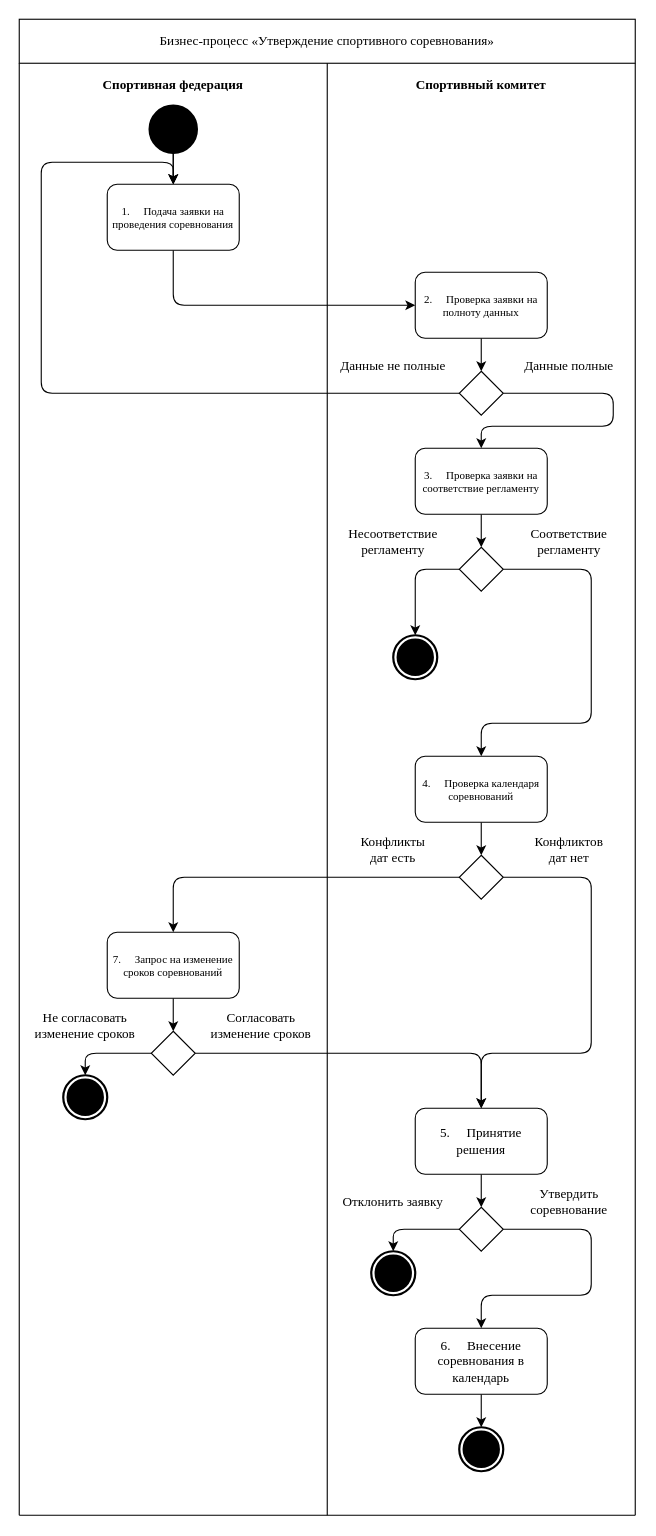
The draw.io diagram page "Деятельности" (3 of 11) of Диаграммы ИС «Спортивный комитет».drawio in antonch985/Education, before the edit. Source tidied: cells renumbered, new cells numbered last; positions are measured from the earlier drawing's top-left corner, leaving out a move shared by most shapes. Both pictures are drawn from the tidied source at 110%, with x=0, y=0 at pixel (19, 19).
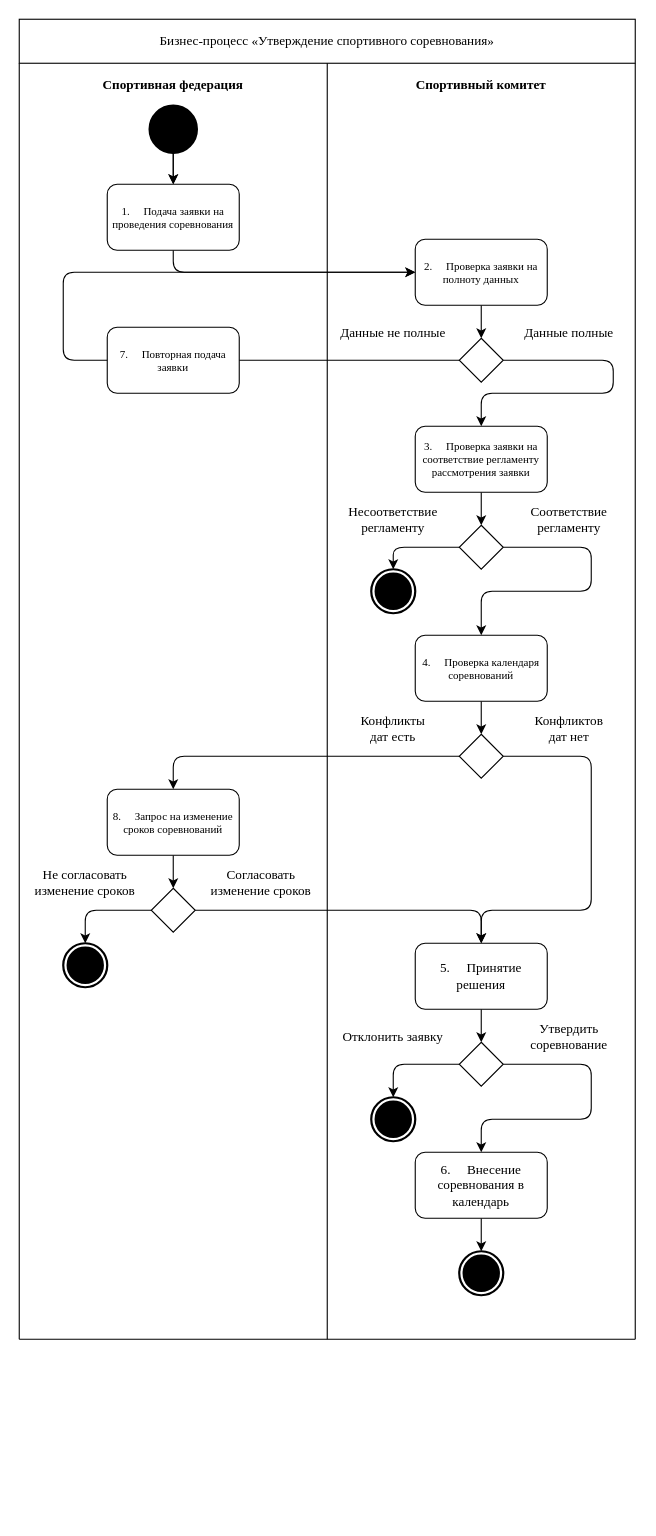
The same page after the edit.

Unchanged cells that the change refers to:
```xml
<mxCell id="2" value="Бизнес-процесс «Утверждение спортивного соревнования»" style="rounded=0;whiteSpace=wrap;html=1;fontFamily=Times New Roman;fontStyle=0;" parent="1" vertex="1">
  <mxGeometry width="560" height="40" as="geometry" />
</mxCell>
<mxCell id="5" value="Спортивная федерация" style="text;html=1;whiteSpace=wrap;strokeColor=none;fillColor=none;align=center;verticalAlign=middle;rounded=0;fontFamily=Times New Roman;fontStyle=1;" parent="1" vertex="1">
  <mxGeometry y="40" width="280" height="40" as="geometry" />
</mxCell>
<mxCell id="10" value="1.&lt;span style=&quot;white-space: pre;&quot;&gt;&#9;&lt;/span&gt;Подача заявки на проведения соревнования" style="rounded=1;whiteSpace=wrap;html=1;fontSize=10;fontFamily=Times New Roman;" parent="1" vertex="1">
  <mxGeometry x="80" y="150" width="120" height="60" as="geometry" />
</mxCell>
```

Diff of the diagram source:
```diff
@@
     <mxCell id="3" style="endArrow=none;html=1;rounded=0;entryX=0.5;entryY=1;entryDx=0;entryDy=0;fontFamily=Times New Roman;" parent="1" edge="1" target="2">
       <mxGeometry relative="1" as="geometry">
-        <mxPoint x="280" y="1360" as="sourcePoint" />
+        <mxPoint x="280" y="1200" as="sourcePoint" />
       </mxGeometry>
     </mxCell>
@@
     <mxCell id="9" style="edgeStyle=orthogonalEdgeStyle;rounded=1;jettySize=auto;html=1;exitX=0.5;exitY=1;exitDx=0;exitDy=0;curved=0;entryX=0;entryY=0.5;entryDx=0;entryDy=0;fontFamily=Times New Roman;" parent="1" edge="1" source="10" target="12">
       <mxGeometry relative="1" as="geometry">
         <Array as="points">
-          <mxPoint x="140" y="260" />
+          <mxPoint x="140" y="230" />
         </Array>
       </mxGeometry>
     </mxCell>
@@
     <mxCell id="12" value="2.&lt;span style=&quot;white-space: pre;&quot;&gt;&#9;&lt;/span&gt;Проверка заявки на полноту данных" style="rounded=1;whiteSpace=wrap;html=1;fontSize=10;fontFamily=Times New Roman;" parent="1" vertex="1">
-      <mxGeometry x="360" y="230" width="120" height="60" as="geometry" />
+      <mxGeometry x="360" y="200" width="120" height="60" as="geometry" />
     </mxCell>
-    <mxCell id="13" style="edgeStyle=orthogonalEdgeStyle;rounded=1;jettySize=auto;html=1;curved=0;exitX=0;exitY=0.5;exitDx=0;exitDy=0;fontFamily=Times New Roman;" parent="1" edge="1" source="15">
+    <mxCell id="13" style="edgeStyle=orthogonalEdgeStyle;rounded=1;jettySize=auto;html=1;curved=0;exitX=1;exitY=1;exitDx=0;exitDy=0;fontFamily=Times New Roman;entryX=0;entryY=0.5;entryDx=0;entryDy=0;" parent="1" edge="1" source="16" target="12">
       <mxGeometry relative="1" as="geometry">
-        <mxPoint x="140" y="150" as="targetPoint" />
         <Array as="points">
-          <mxPoint x="20" y="340" />
-          <mxPoint x="20" y="130" />
-          <mxPoint x="140" y="130" />
+          <mxPoint x="40" y="310" />
+          <mxPoint x="40" y="230" />
         </Array>
       </mxGeometry>
     </mxCell>
     <mxCell id="14" style="edgeStyle=orthogonalEdgeStyle;rounded=1;jettySize=auto;html=1;entryX=0.5;entryY=0;entryDx=0;entryDy=0;curved=0;fontFamily=Times New Roman;" parent="1" edge="1" source="15" target="21">
       <mxGeometry relative="1" as="geometry">
         <Array as="points">
+          <mxPoint x="540" y="310" />
           <mxPoint x="540" y="340" />
-          <mxPoint x="540" y="370" />
-          <mxPoint x="420" y="370" />
+          <mxPoint x="420" y="340" />
         </Array>
       </mxGeometry>
     </mxCell>
     <mxCell id="15" style="rhombus;whiteSpace=wrap;html=1;fontFamily=Times New Roman;" parent="1" vertex="1">
-      <mxGeometry x="400" y="320" width="40" height="40" as="geometry" />
+      <mxGeometry x="400" y="290" width="40" height="40" as="geometry" />
     </mxCell>
     <mxCell id="16" value="Данные не полные" style="text;html=1;whiteSpace=wrap;strokeColor=none;fillColor=none;align=center;verticalAlign=middle;rounded=0;fontFamily=Times New Roman;" parent="1" vertex="1">
-      <mxGeometry x="280" y="290" width="120" height="50" as="geometry" />
+      <mxGeometry x="280" y="260" width="120" height="50" as="geometry" />
     </mxCell>
     <mxCell id="17" style="endArrow=none;html=1;rounded=0;entryX=1;entryY=1;entryDx=0;entryDy=0;fontFamily=Times New Roman;" parent="1" edge="1" target="2">
       <mxGeometry relative="1" as="geometry">
-        <mxPoint x="560" y="1360" as="sourcePoint" />
+        <mxPoint x="560" y="1200" as="sourcePoint" />
       </mxGeometry>
     </mxCell>
     <mxCell id="18" style="endArrow=none;html=1;rounded=0;entryX=0;entryY=0;entryDx=0;entryDy=0;fontFamily=Times New Roman;" parent="1" edge="1" target="5">
       <mxGeometry relative="1" as="geometry">
-        <mxPoint y="1360" as="sourcePoint" />
+        <mxPoint y="1200" as="sourcePoint" />
       </mxGeometry>
     </mxCell>
     <mxCell id="19" value="Данные полные" style="text;html=1;whiteSpace=wrap;strokeColor=none;fillColor=none;align=center;verticalAlign=middle;rounded=0;fontFamily=Times New Roman;" parent="1" vertex="1">
-      <mxGeometry x="440" y="290" width="120" height="50" as="geometry" />
+      <mxGeometry x="440" y="260" width="120" height="50" as="geometry" />
     </mxCell>
@@
-    <mxCell id="21" value="3.&lt;span style=&quot;white-space: pre;&quot;&gt;&#9;&lt;/span&gt;Проверка заявки на соответствие регламенту" style="rounded=1;whiteSpace=wrap;html=1;fontSize=10;fontFamily=Times New Roman;" parent="1" vertex="1">
-      <mxGeometry x="360" y="390" width="120" height="60" as="geometry" />
+    <mxCell id="21" value="3.&lt;span style=&quot;white-space: pre;&quot;&gt;&#9;&lt;/span&gt;Проверка заявки на соответствие регламенту рассмотрения заявки" style="rounded=1;whiteSpace=wrap;html=1;fontSize=10;fontFamily=Times New Roman;" parent="1" vertex="1">
+      <mxGeometry x="360" y="370" width="120" height="60" as="geometry" />
     </mxCell>
     <mxCell id="22" style="edgeStyle=orthogonalEdgeStyle;rounded=1;jettySize=auto;html=1;entryX=0.5;entryY=0;entryDx=0;entryDy=0;curved=0;fontFamily=Times New Roman;" parent="1" edge="1" source="24" target="26">
       <mxGeometry relative="1" as="geometry">
         <Array as="points">
-          <mxPoint x="360" y="500" />
+          <mxPoint x="340" y="480" />
         </Array>
       </mxGeometry>
     </mxCell>
     <mxCell id="23" style="edgeStyle=orthogonalEdgeStyle;rounded=1;jettySize=auto;html=1;exitX=1;exitY=0.5;exitDx=0;exitDy=0;entryX=0.5;entryY=0;entryDx=0;entryDy=0;curved=0;fontFamily=Times New Roman;" parent="1" edge="1" source="24" target="29">
       <mxGeometry relative="1" as="geometry">
         <Array as="points">
-          <mxPoint x="520" y="500" />
-          <mxPoint x="520" y="640" />
-          <mxPoint x="420" y="640" />
+          <mxPoint x="520" y="480" />
+          <mxPoint x="520" y="520" />
+          <mxPoint x="420" y="520" />
         </Array>
       </mxGeometry>
     </mxCell>
     <mxCell id="24" style="rhombus;whiteSpace=wrap;html=1;fontFamily=Times New Roman;" parent="1" vertex="1">
-      <mxGeometry x="400" y="480" width="40" height="40" as="geometry" />
+      <mxGeometry x="400" y="460" width="40" height="40" as="geometry" />
     </mxCell>
     <mxCell id="25" value="Несоответствие регламенту" style="text;html=1;whiteSpace=wrap;strokeColor=none;fillColor=none;align=center;verticalAlign=middle;rounded=0;fontFamily=Times New Roman;" parent="1" vertex="1">
-      <mxGeometry x="280" y="450" width="120" height="50" as="geometry" />
+      <mxGeometry x="280" y="430" width="120" height="50" as="geometry" />
     </mxCell>
     <mxCell id="26" style="ellipse;html=1;shape=endState;fillColor=#000000;strokeColor=default;strokeWidth=2;perimeterSpacing=0;fontFamily=Times New Roman;" parent="1" vertex="1">
-      <mxGeometry x="340" y="560" width="40" height="40" as="geometry" />
+      <mxGeometry x="320" y="500" width="40" height="40" as="geometry" />
     </mxCell>
     <mxCell id="27" value="Соответствие регламенту" style="text;html=1;whiteSpace=wrap;strokeColor=none;fillColor=none;align=center;verticalAlign=middle;rounded=0;fontFamily=Times New Roman;" parent="1" vertex="1">
-      <mxGeometry x="440" y="450" width="120" height="50" as="geometry" />
+      <mxGeometry x="440" y="430" width="120" height="50" as="geometry" />
     </mxCell>
@@
     <mxCell id="29" value="4.&lt;span style=&quot;white-space: pre;&quot;&gt;&#9;&lt;/span&gt;Проверка календаря&lt;div&gt;соревнований&lt;/div&gt;" style="rounded=1;whiteSpace=wrap;html=1;fontSize=10;fontFamily=Times New Roman;" parent="1" vertex="1">
-      <mxGeometry x="360" y="670" width="120" height="60" as="geometry" />
+      <mxGeometry x="360" y="560" width="120" height="60" as="geometry" />
     </mxCell>
@@
     <mxCell id="31" style="edgeStyle=orthogonalEdgeStyle;rounded=1;jettySize=auto;html=1;entryX=0.5;entryY=0;entryDx=0;entryDy=0;exitX=1;exitY=0.5;exitDx=0;exitDy=0;curved=0;fontFamily=Times New Roman;" parent="1" edge="1" source="32" target="44">
       <mxGeometry relative="1" as="geometry">
         <Array as="points">
-          <mxPoint x="520" y="780" />
-          <mxPoint x="520" y="940" />
-          <mxPoint x="420" y="940" />
+          <mxPoint x="520" y="670" />
+          <mxPoint x="520" y="810" />
+          <mxPoint x="420" y="810" />
         </Array>
       </mxGeometry>
     </mxCell>
     <mxCell id="32" style="rhombus;whiteSpace=wrap;html=1;fontFamily=Times New Roman;" parent="1" vertex="1">
-      <mxGeometry x="400" y="760" width="40" height="40" as="geometry" />
+      <mxGeometry x="400" y="650" width="40" height="40" as="geometry" />
     </mxCell>
     <mxCell id="33" value="Конфликтов&lt;div&gt;дат нет&lt;/div&gt;" style="text;html=1;whiteSpace=wrap;strokeColor=none;fillColor=none;align=center;verticalAlign=middle;rounded=0;fontFamily=Times New Roman;" parent="1" vertex="1">
-      <mxGeometry x="440" y="730" width="120" height="50" as="geometry" />
+      <mxGeometry x="440" y="620" width="120" height="50" as="geometry" />
     </mxCell>
     <mxCell id="34" value="Конфликты&lt;div&gt;дат есть&lt;/div&gt;" style="text;html=1;whiteSpace=wrap;strokeColor=none;fillColor=none;align=center;verticalAlign=middle;rounded=0;fontFamily=Times New Roman;" parent="1" vertex="1">
-      <mxGeometry x="280" y="730" width="120" height="50" as="geometry" />
+      <mxGeometry x="280" y="620" width="120" height="50" as="geometry" />
     </mxCell>
@@
-    <mxCell id="36" value="7.&lt;span style=&quot;white-space: pre;&quot;&gt;&#9;&lt;/span&gt;Запрос на изменение сроков соревнований" style="rounded=1;whiteSpace=wrap;html=1;fontSize=10;fontFamily=Times New Roman;" parent="1" vertex="1">
-      <mxGeometry x="80" y="830" width="120" height="60" as="geometry" />
+    <mxCell id="36" value="8.&lt;span style=&quot;white-space: pre;&quot;&gt;&#9;&lt;/span&gt;Запрос на изменение сроков соревнований" style="rounded=1;whiteSpace=wrap;html=1;fontSize=10;fontFamily=Times New Roman;" parent="1" vertex="1">
+      <mxGeometry x="80" y="700" width="120" height="60" as="geometry" />
     </mxCell>
@@
     <mxCell id="39" style="rhombus;whiteSpace=wrap;html=1;fontFamily=Times New Roman;" parent="1" vertex="1">
-      <mxGeometry x="120" y="920" width="40" height="40" as="geometry" />
+      <mxGeometry x="120" y="790" width="40" height="40" as="geometry" />
     </mxCell>
     <mxCell id="40" style="ellipse;html=1;shape=endState;fillColor=#000000;strokeColor=default;strokeWidth=2;perimeterSpacing=0;fontFamily=Times New Roman;" parent="1" vertex="1">
-      <mxGeometry x="40" y="960" width="40" height="40" as="geometry" />
+      <mxGeometry x="40" y="840" width="40" height="40" as="geometry" />
     </mxCell>
     <mxCell id="41" value="Не согласовать изменение сроков" style="text;html=1;whiteSpace=wrap;strokeColor=none;fillColor=none;align=center;verticalAlign=middle;rounded=0;fontFamily=Times New Roman;" parent="1" vertex="1">
-      <mxGeometry y="890" width="120" height="50" as="geometry" />
+      <mxGeometry y="760" width="120" height="50" as="geometry" />
     </mxCell>
     <mxCell id="42" value="Согласовать изменение сроков" style="text;html=1;whiteSpace=wrap;strokeColor=none;fillColor=none;align=center;verticalAlign=middle;rounded=0;fontFamily=Times New Roman;" parent="1" vertex="1">
-      <mxGeometry x="160" y="890" width="120" height="50" as="geometry" />
+      <mxGeometry x="160" y="760" width="120" height="50" as="geometry" />
     </mxCell>
@@
     <mxCell id="44" value="5.&lt;span style=&quot;white-space: pre;&quot;&gt;&#9;&lt;/span&gt;Принятие решения" style="rounded=1;whiteSpace=wrap;html=1;fontSize=12;fontFamily=Times New Roman;" parent="1" vertex="1">
-      <mxGeometry x="360" y="990" width="120" height="60" as="geometry" />
+      <mxGeometry x="360" y="840" width="120" height="60" as="geometry" />
     </mxCell>
@@
     <mxCell id="46" style="edgeStyle=orthogonalEdgeStyle;rounded=1;jettySize=auto;html=1;entryX=0.5;entryY=0;entryDx=0;entryDy=0;exitX=1;exitY=0.5;exitDx=0;exitDy=0;curved=0;fontFamily=Times New Roman;" parent="1" edge="1" source="47" target="51">
       <mxGeometry relative="1" as="geometry">
         <Array as="points">
-          <mxPoint x="520" y="1100" />
-          <mxPoint x="520" y="1160" />
-          <mxPoint x="420" y="1160" />
+          <mxPoint x="520" y="950" />
+          <mxPoint x="520" y="1000" />
+          <mxPoint x="420" y="1000" />
         </Array>
       </mxGeometry>
     </mxCell>
     <mxCell id="47" style="rhombus;whiteSpace=wrap;html=1;fontFamily=Times New Roman;" parent="1" vertex="1">
-      <mxGeometry x="400" y="1080" width="40" height="40" as="geometry" />
+      <mxGeometry x="400" y="930" width="40" height="40" as="geometry" />
     </mxCell>
     <mxCell id="48" value="Утвердить соревнование" style="text;html=1;whiteSpace=wrap;strokeColor=none;fillColor=none;align=center;verticalAlign=middle;rounded=0;fontFamily=Times New Roman;" parent="1" vertex="1">
-      <mxGeometry x="440" y="1050" width="120" height="50" as="geometry" />
+      <mxGeometry x="440" y="900" width="120" height="50" as="geometry" />
     </mxCell>
     <mxCell id="49" value="Отклонить заявку" style="text;html=1;whiteSpace=wrap;strokeColor=none;fillColor=none;align=center;verticalAlign=middle;rounded=0;fontFamily=Times New Roman;" parent="1" vertex="1">
-      <mxGeometry x="280" y="1050" width="120" height="50" as="geometry" />
+      <mxGeometry x="280" y="900" width="120" height="50" as="geometry" />
     </mxCell>
@@
     <mxCell id="51" value="6.&lt;span style=&quot;white-space: pre;&quot;&gt;&#9;&lt;/span&gt;Внесение соревнования в календарь" style="rounded=1;whiteSpace=wrap;html=1;fontSize=12;fontFamily=Times New Roman;" parent="1" vertex="1">
-      <mxGeometry x="360" y="1190" width="120" height="60" as="geometry" />
+      <mxGeometry x="360" y="1030" width="120" height="60" as="geometry" />
     </mxCell>
     <mxCell id="52" style="ellipse;html=1;shape=endState;fillColor=#000000;strokeColor=default;strokeWidth=2;perimeterSpacing=0;fontFamily=Times New Roman;" parent="1" vertex="1">
-      <mxGeometry x="320" y="1120" width="40" height="40" as="geometry" />
+      <mxGeometry x="320" y="980" width="40" height="40" as="geometry" />
     </mxCell>
     <mxCell id="53" style="ellipse;html=1;shape=endState;fillColor=#000000;strokeColor=default;strokeWidth=2;perimeterSpacing=0;fontFamily=Times New Roman;" parent="1" vertex="1">
-      <mxGeometry x="400" y="1280" width="40" height="40" as="geometry" />
+      <mxGeometry x="400" y="1120" width="40" height="40" as="geometry" />
     </mxCell>
     <mxCell id="54" style="endArrow=none;html=1;rounded=0;fontFamily=Times New Roman;" parent="1" edge="1">
       <mxGeometry relative="1" as="geometry">
-        <mxPoint y="1360" as="sourcePoint" />
-        <mxPoint x="560" y="1360" as="targetPoint" />
+        <mxPoint y="1200" as="sourcePoint" />
+        <mxPoint x="560" y="1200" as="targetPoint" />
       </mxGeometry>
     </mxCell>
+    <mxCell id="55" value="7.&lt;span style=&quot;white-space: pre;&quot;&gt;&#9;&lt;/span&gt;Повторная подача заявки" style="rounded=1;whiteSpace=wrap;html=1;fontSize=10;fontFamily=Times New Roman;" parent="1" vertex="1">
+      <mxGeometry x="80" y="280" width="120" height="60" as="geometry" />
+    </mxCell>
```
